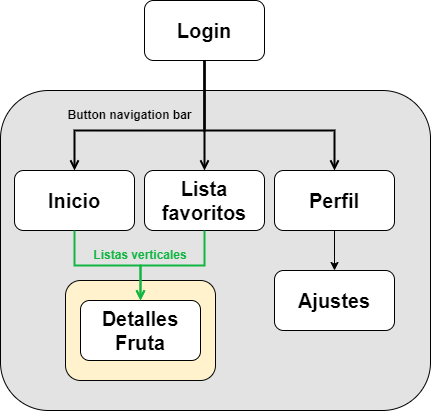
AdrianUEx/Fruticion2.0 keeps this draw.io diagram as imagenes_wiki/diagrama.png. Above is the earlier version. Source tidied: cells renumbered, new cells last; positions are measured from the earlier drawing's top-left corner, leaving out a move shared by most shapes. Source of this version:
```xml
<mxGraphModel>
  <root>
    <mxCell id="0" />
    <mxCell id="1" parent="0" />
    <mxCell id="2" style="rounded=1;whiteSpace=wrap;html=1;fillColor=#e3e3e3;" parent="1" vertex="1">
      <mxGeometry y="90" width="430" height="320" as="geometry" />
    </mxCell>
    <mxCell id="3" style="rounded=1;whiteSpace=wrap;html=1;fillColor=#fff2cc;strokeColor=#050505;strokeWidth=1;" parent="1" vertex="1">
      <mxGeometry x="65" y="280" width="150" height="100" as="geometry" />
    </mxCell>
    <mxCell id="4" value="&lt;b&gt;&lt;font style=&quot;font-size: 20px;&quot;&gt;Login&lt;/font&gt;&lt;/b&gt;" style="rounded=1;whiteSpace=wrap;html=1;" parent="1" vertex="1">
      <mxGeometry x="144" width="120" height="60" as="geometry" />
    </mxCell>
    <mxCell id="5" value="&lt;span style=&quot;font-size: 20px;&quot;&gt;&lt;b&gt;Inicio&lt;/b&gt;&lt;/span&gt;" style="rounded=1;whiteSpace=wrap;html=1;" parent="1" vertex="1">
      <mxGeometry x="14" y="170" width="120" height="60" as="geometry" />
    </mxCell>
    <mxCell id="6" value="&lt;b&gt;&lt;font style=&quot;font-size: 20px;&quot;&gt;Lista favoritos&lt;/font&gt;&lt;/b&gt;" style="rounded=1;whiteSpace=wrap;html=1;" parent="1" vertex="1">
      <mxGeometry x="144" y="170" width="120" height="60" as="geometry" />
    </mxCell>
    <mxCell id="7" value="&lt;b&gt;&lt;font style=&quot;font-size: 20px;&quot;&gt;Perfil&lt;/font&gt;&lt;/b&gt;" style="rounded=1;whiteSpace=wrap;html=1;" parent="1" vertex="1">
      <mxGeometry x="274" y="170" width="120" height="60" as="geometry" />
    </mxCell>
    <mxCell id="8" style="edgeStyle=elbowEdgeStyle;html=1;endArrow=open;elbow=vertical;endFill=1;rounded=0;exitX=0.5;exitY=1;exitDx=0;exitDy=0;entryX=0.5;entryY=0;entryDx=0;entryDy=0;strokeWidth=2;" parent="1" edge="1" source="4" target="5">
      <mxGeometry relative="1" as="geometry">
        <Array as="points">
          <mxPoint x="160" y="130" />
        </Array>
      </mxGeometry>
    </mxCell>
    <mxCell id="9" style="edgeStyle=elbowEdgeStyle;html=1;endArrow=open;elbow=vertical;endFill=1;rounded=0;exitX=0.5;exitY=1;exitDx=0;exitDy=0;entryX=0.5;entryY=0;entryDx=0;entryDy=0;strokeWidth=2;" parent="1" edge="1" source="4" target="7">
      <mxGeometry relative="1" as="geometry">
        <Array as="points">
          <mxPoint x="240" y="130" />
        </Array>
      </mxGeometry>
    </mxCell>
    <mxCell id="10" style="edgeStyle=elbowEdgeStyle;html=1;endArrow=open;elbow=vertical;endFill=1;rounded=0;entryX=0.5;entryY=0;entryDx=0;entryDy=0;exitX=0.5;exitY=1;exitDx=0;exitDy=0;strokeWidth=2;" parent="1" edge="1" source="4" target="6">
      <mxGeometry relative="1" as="geometry" />
    </mxCell>
    <mxCell id="11" value="&lt;b&gt;Button navigation bar&lt;/b&gt;" style="text;html=1;align=center;verticalAlign=middle;strokeColor=none;fillColor=none;" parent="1" vertex="1">
      <mxGeometry x="54" y="100" width="150" height="30" as="geometry" />
    </mxCell>
    <mxCell id="12" value="&lt;b&gt;&lt;font style=&quot;font-size: 20px;&quot;&gt;Detalles Fruta&lt;/font&gt;&lt;/b&gt;" style="rounded=1;whiteSpace=wrap;html=1;" parent="1" vertex="1">
      <mxGeometry x="80" y="300" width="120" height="60" as="geometry" />
    </mxCell>
    <mxCell id="13" value="&lt;font style=&quot;font-size: 12px;&quot;&gt;&lt;b&gt;Listas verticales&lt;/b&gt;&lt;/font&gt;" style="text;html=1;fillColor=none;align=center;verticalAlign=middle;whiteSpace=wrap;rounded=0;fontColor=#11B642;" parent="1" vertex="1">
      <mxGeometry x="85" y="240" width="110" height="30" as="geometry" />
    </mxCell>
    <mxCell id="14" style="edgeStyle=elbowEdgeStyle;html=1;endArrow=open;elbow=vertical;endFill=1;rounded=0;exitX=0.5;exitY=1;exitDx=0;exitDy=0;entryX=0.5;entryY=0;entryDx=0;entryDy=0;strokeColor=#11b642;strokeWidth=2;" parent="1" edge="1" source="5" target="12">
      <mxGeometry relative="1" as="geometry" />
    </mxCell>
    <mxCell id="15" style="edgeStyle=elbowEdgeStyle;html=1;endArrow=open;elbow=vertical;endFill=1;rounded=0;exitX=0.5;exitY=1;exitDx=0;exitDy=0;entryX=0.5;entryY=0;entryDx=0;entryDy=0;strokeColor=#11b642;strokeWidth=2;" parent="1" edge="1" source="6" target="12">
      <mxGeometry relative="1" as="geometry" />
    </mxCell>
    <mxCell id="16" value="&lt;span style=&quot;font-size: 20px;&quot;&gt;&lt;b&gt;Ajustes&lt;/b&gt;&lt;/span&gt;" style="rounded=1;whiteSpace=wrap;html=1;" parent="1" vertex="1">
      <mxGeometry x="274" y="270" width="120" height="60" as="geometry" />
    </mxCell>
    <mxCell id="17" style="endArrow=classic;html=1;rounded=0;exitX=0.5;exitY=1;exitDx=0;exitDy=0;entryX=0.5;entryY=0;entryDx=0;entryDy=0;" parent="1" edge="1" source="7" target="16">
      <mxGeometry relative="1" as="geometry" />
    </mxCell>
    <mxCell id="18" style="edgeStyle=orthogonalEdgeStyle;rounded=0;orthogonalLoop=1;jettySize=auto;html=1;exitX=0.5;exitY=1;exitDx=0;exitDy=0;" parent="1" edge="1" source="3" target="3">
      <mxGeometry relative="1" as="geometry" />
    </mxCell>
  </root>
</mxGraphModel>
```
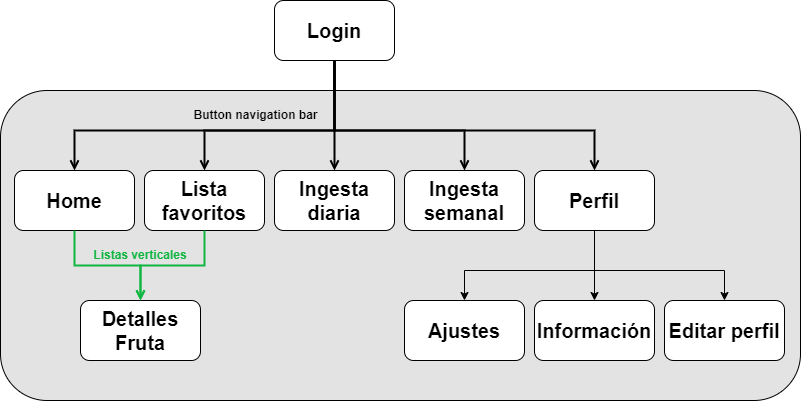
After the commit.

Commit message:
Actualizacion de mockup y diagrama navegacion

Change to the diagram source:
```diff
@@ -2,31 +2,21 @@
   <root>
     <mxCell id="0" />
     <mxCell id="1" parent="0" />
-    <mxCell id="2" style="rounded=1;whiteSpace=wrap;html=1;fillColor=#e3e3e3;" parent="1" vertex="1">
-      <mxGeometry y="90" width="430" height="320" as="geometry" />
-    </mxCell>
-    <mxCell id="3" style="rounded=1;whiteSpace=wrap;html=1;fillColor=#fff2cc;strokeColor=#050505;strokeWidth=1;" parent="1" vertex="1">
-      <mxGeometry x="65" y="280" width="150" height="100" as="geometry" />
+    <mxCell id="3" style="rounded=1;whiteSpace=wrap;html=1;fillColor=#e3e3e3;" parent="1" vertex="1">
+      <mxGeometry x="-130" y="90" width="800" height="310" as="geometry" />
     </mxCell>
     <mxCell id="4" value="&lt;b&gt;&lt;font style=&quot;font-size: 20px;&quot;&gt;Login&lt;/font&gt;&lt;/b&gt;" style="rounded=1;whiteSpace=wrap;html=1;" parent="1" vertex="1">
       <mxGeometry x="144" width="120" height="60" as="geometry" />
     </mxCell>
-    <mxCell id="5" value="&lt;span style=&quot;font-size: 20px;&quot;&gt;&lt;b&gt;Inicio&lt;/b&gt;&lt;/span&gt;" style="rounded=1;whiteSpace=wrap;html=1;" parent="1" vertex="1">
-      <mxGeometry x="14" y="170" width="120" height="60" as="geometry" />
+    <mxCell id="5" value="&lt;b&gt;&lt;font style=&quot;font-size: 20px;&quot;&gt;Home&lt;/font&gt;&lt;/b&gt;" style="rounded=1;whiteSpace=wrap;html=1;" parent="1" vertex="1">
+      <mxGeometry x="-116" y="170" width="120" height="60" as="geometry" />
     </mxCell>
     <mxCell id="6" value="&lt;b&gt;&lt;font style=&quot;font-size: 20px;&quot;&gt;Lista favoritos&lt;/font&gt;&lt;/b&gt;" style="rounded=1;whiteSpace=wrap;html=1;" parent="1" vertex="1">
-      <mxGeometry x="144" y="170" width="120" height="60" as="geometry" />
+      <mxGeometry x="14" y="170" width="120" height="60" as="geometry" />
     </mxCell>
     <mxCell id="7" value="&lt;b&gt;&lt;font style=&quot;font-size: 20px;&quot;&gt;Perfil&lt;/font&gt;&lt;/b&gt;" style="rounded=1;whiteSpace=wrap;html=1;" parent="1" vertex="1">
-      <mxGeometry x="274" y="170" width="120" height="60" as="geometry" />
+      <mxGeometry x="404" y="170" width="120" height="60" as="geometry" />
     </mxCell>
-    <mxCell id="8" style="edgeStyle=elbowEdgeStyle;html=1;endArrow=open;elbow=vertical;endFill=1;rounded=0;exitX=0.5;exitY=1;exitDx=0;exitDy=0;entryX=0.5;entryY=0;entryDx=0;entryDy=0;strokeWidth=2;" parent="1" edge="1" source="4" target="5">
-      <mxGeometry relative="1" as="geometry">
-        <Array as="points">
-          <mxPoint x="160" y="130" />
-        </Array>
-      </mxGeometry>
-    </mxCell>
     <mxCell id="9" style="edgeStyle=elbowEdgeStyle;html=1;endArrow=open;elbow=vertical;endFill=1;rounded=0;exitX=0.5;exitY=1;exitDx=0;exitDy=0;entryX=0.5;entryY=0;entryDx=0;entryDy=0;strokeWidth=2;" parent="1" edge="1" source="4" target="7">
       <mxGeometry relative="1" as="geometry">
         <Array as="points">
@@ -35,16 +25,20 @@
       </mxGeometry>
     </mxCell>
     <mxCell id="10" style="edgeStyle=elbowEdgeStyle;html=1;endArrow=open;elbow=vertical;endFill=1;rounded=0;entryX=0.5;entryY=0;entryDx=0;entryDy=0;exitX=0.5;exitY=1;exitDx=0;exitDy=0;strokeWidth=2;" parent="1" edge="1" source="4" target="6">
-      <mxGeometry relative="1" as="geometry" />
+      <mxGeometry relative="1" as="geometry">
+        <Array as="points">
+          <mxPoint x="130" y="130" />
+        </Array>
+      </mxGeometry>
     </mxCell>
     <mxCell id="11" value="&lt;b&gt;Button navigation bar&lt;/b&gt;" style="text;html=1;align=center;verticalAlign=middle;strokeColor=none;fillColor=none;" parent="1" vertex="1">
-      <mxGeometry x="54" y="100" width="150" height="30" as="geometry" />
+      <mxGeometry x="50" y="100" width="150" height="30" as="geometry" />
     </mxCell>
     <mxCell id="12" value="&lt;b&gt;&lt;font style=&quot;font-size: 20px;&quot;&gt;Detalles Fruta&lt;/font&gt;&lt;/b&gt;" style="rounded=1;whiteSpace=wrap;html=1;" parent="1" vertex="1">
-      <mxGeometry x="80" y="300" width="120" height="60" as="geometry" />
+      <mxGeometry x="-50" y="300" width="120" height="60" as="geometry" />
     </mxCell>
     <mxCell id="13" value="&lt;font style=&quot;font-size: 12px;&quot;&gt;&lt;b&gt;Listas verticales&lt;/b&gt;&lt;/font&gt;" style="text;html=1;fillColor=none;align=center;verticalAlign=middle;whiteSpace=wrap;rounded=0;fontColor=#11B642;" parent="1" vertex="1">
-      <mxGeometry x="85" y="240" width="110" height="30" as="geometry" />
+      <mxGeometry x="-45" y="240" width="110" height="30" as="geometry" />
     </mxCell>
     <mxCell id="14" style="edgeStyle=elbowEdgeStyle;html=1;endArrow=open;elbow=vertical;endFill=1;rounded=0;exitX=0.5;exitY=1;exitDx=0;exitDy=0;entryX=0.5;entryY=0;entryDx=0;entryDy=0;strokeColor=#11b642;strokeWidth=2;" parent="1" edge="1" source="5" target="12">
       <mxGeometry relative="1" as="geometry" />
@@ -53,13 +47,63 @@
       <mxGeometry relative="1" as="geometry" />
     </mxCell>
     <mxCell id="16" value="&lt;span style=&quot;font-size: 20px;&quot;&gt;&lt;b&gt;Ajustes&lt;/b&gt;&lt;/span&gt;" style="rounded=1;whiteSpace=wrap;html=1;" parent="1" vertex="1">
-      <mxGeometry x="274" y="270" width="120" height="60" as="geometry" />
+      <mxGeometry x="274" y="300" width="120" height="60" as="geometry" />
     </mxCell>
     <mxCell id="17" style="endArrow=classic;html=1;rounded=0;exitX=0.5;exitY=1;exitDx=0;exitDy=0;entryX=0.5;entryY=0;entryDx=0;entryDy=0;" parent="1" edge="1" source="7" target="16">
-      <mxGeometry relative="1" as="geometry" />
+      <mxGeometry relative="1" as="geometry">
+        <Array as="points">
+          <mxPoint x="464" y="270" />
+          <mxPoint x="334" y="270" />
+        </Array>
+      </mxGeometry>
     </mxCell>
-    <mxCell id="18" style="edgeStyle=orthogonalEdgeStyle;rounded=0;orthogonalLoop=1;jettySize=auto;html=1;exitX=0.5;exitY=1;exitDx=0;exitDy=0;" parent="1" edge="1" source="3" target="3">
-      <mxGeometry relative="1" as="geometry" />
-    </mxCell>
+    <mxCell id="19" value="&lt;b&gt;&lt;font style=&quot;font-size: 20px;&quot;&gt;Ingesta diaria&lt;/font&gt;&lt;/b&gt;" style="rounded=1;whiteSpace=wrap;html=1;" parent="1" vertex="1">
+      <mxGeometry x="144" y="170" width="120" height="60" as="geometry" />
+    </mxCell>
+    <mxCell id="20" value="&lt;b&gt;&lt;font style=&quot;font-size: 20px;&quot;&gt;Ingesta semanal&lt;/font&gt;&lt;/b&gt;" style="rounded=1;whiteSpace=wrap;html=1;" parent="1" vertex="1">
+      <mxGeometry x="274" y="170" width="120" height="60" as="geometry" />
+    </mxCell>
+    <mxCell id="8" style="edgeStyle=elbowEdgeStyle;html=1;endArrow=open;elbow=vertical;endFill=1;rounded=0;entryX=0.5;entryY=0;entryDx=0;entryDy=0;exitX=0.5;exitY=1;exitDx=0;exitDy=0;strokeWidth=2;" parent="1" edge="1" source="4" target="5">
+      <mxGeometry relative="1" as="geometry">
+        <Array as="points">
+          <mxPoint x="11" y="130" />
+        </Array>
+      </mxGeometry>
+    </mxCell>
+    <mxCell id="21" style="endArrow=classic;html=1;rounded=0;exitX=0.5;exitY=1;exitDx=0;exitDy=0;entryX=0.5;entryY=0;entryDx=0;entryDy=0;" parent="1" edge="1" source="7" target="22">
+      <mxGeometry relative="1" as="geometry">
+        <Array as="points">
+          <mxPoint x="464" y="270" />
+        </Array>
+      </mxGeometry>
+    </mxCell>
+    <mxCell id="22" value="&lt;span style=&quot;font-size: 20px;&quot;&gt;&lt;b&gt;Información&lt;/b&gt;&lt;/span&gt;" style="rounded=1;whiteSpace=wrap;html=1;" parent="1" vertex="1">
+      <mxGeometry x="404" y="300" width="120" height="60" as="geometry" />
+    </mxCell>
+    <mxCell id="23" style="edgeStyle=elbowEdgeStyle;html=1;endArrow=open;elbow=vertical;endFill=1;rounded=0;exitX=0.5;exitY=1;exitDx=0;exitDy=0;entryX=0.5;entryY=0;entryDx=0;entryDy=0;strokeWidth=2;" parent="1" edge="1" source="4" target="19">
+      <mxGeometry relative="1" as="geometry">
+        <Array as="points">
+          <mxPoint x="250" y="140" />
+        </Array>
+      </mxGeometry>
+    </mxCell>
+    <mxCell id="24" style="edgeStyle=elbowEdgeStyle;html=1;endArrow=open;elbow=vertical;endFill=1;rounded=0;exitX=0.5;exitY=1;exitDx=0;exitDy=0;entryX=0.5;entryY=0;entryDx=0;entryDy=0;strokeWidth=2;" parent="1" edge="1" source="4" target="20">
+      <mxGeometry relative="1" as="geometry">
+        <Array as="points">
+          <mxPoint x="270" y="130" />
+        </Array>
+      </mxGeometry>
+    </mxCell>
+    <mxCell id="25" value="&lt;span style=&quot;font-size: 20px;&quot;&gt;&lt;b&gt;Editar perfil&lt;/b&gt;&lt;/span&gt;" style="rounded=1;whiteSpace=wrap;html=1;" parent="1" vertex="1">
+      <mxGeometry x="534" y="300" width="120" height="60" as="geometry" />
+    </mxCell>
+    <mxCell id="26" style="endArrow=classic;html=1;rounded=0;exitX=0.5;exitY=1;exitDx=0;exitDy=0;entryX=0.5;entryY=0;entryDx=0;entryDy=0;" parent="1" edge="1" source="7" target="25">
+      <mxGeometry relative="1" as="geometry">
+        <Array as="points">
+          <mxPoint x="464" y="270" />
+          <mxPoint x="594" y="270" />
+        </Array>
+      </mxGeometry>
+    </mxCell>
   </root>
 </mxGraphModel>
```
